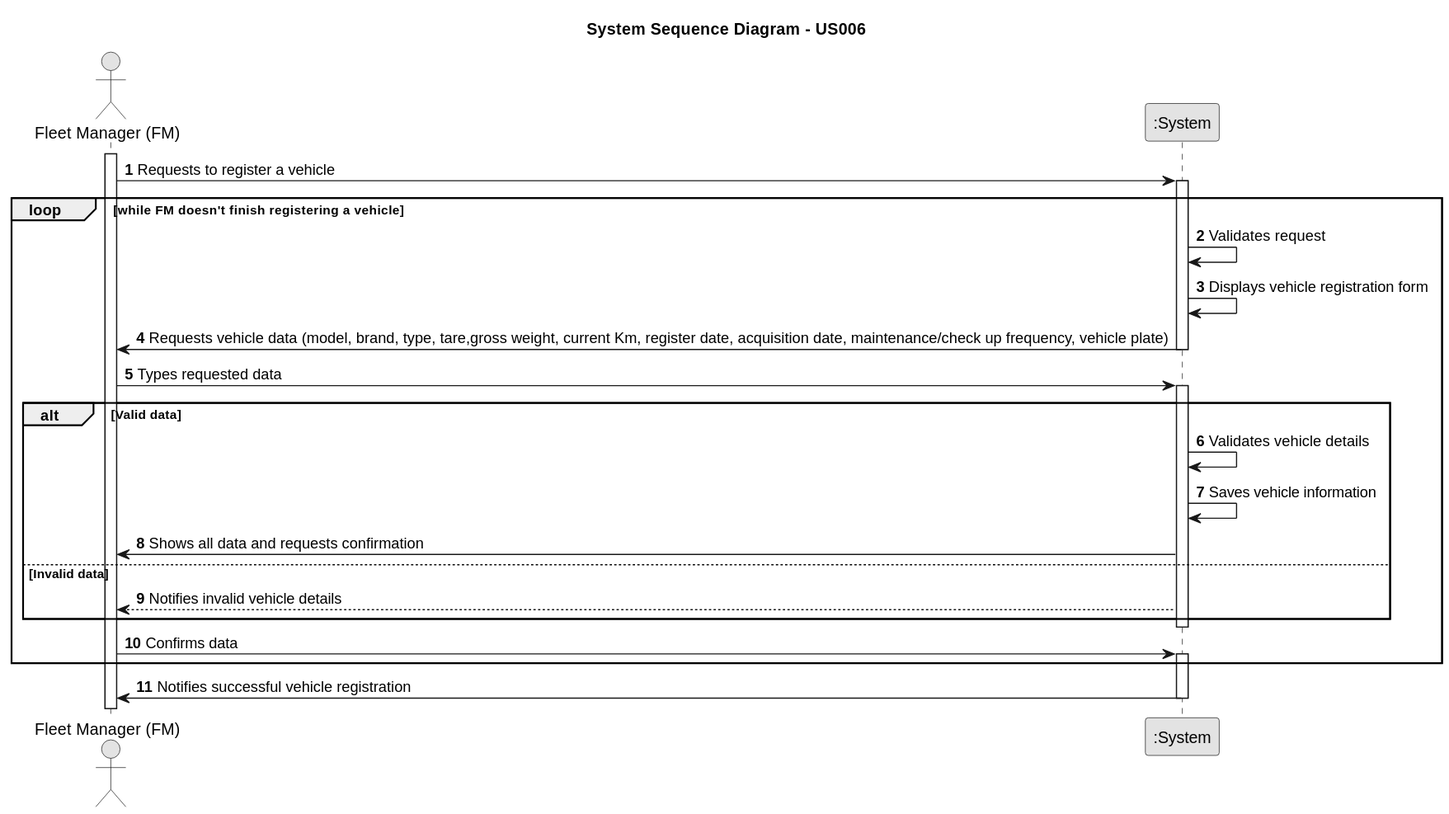
This is docs/sprintB/us006/01.requirements-engineering/svg/us006-system-sequence-diagram-alternative-one-System_Sequence_Diagram___US006.svg from RicardoMorim/lapr2-ISEP-Project, a PlantUML export, as it was before one commit. Its diagram source:
```plantuml
@startuml
skinparam monochrome true
skinparam packageStyle rectangle
skinparam shadowing false

actor "Fleet Manager (FM)" as FM
participant ":System" as System
autonumber

title System Sequence Diagram - US006
activate FM

FM -> System : Requests to register a vehicle
loop while FM doesn't finish registering a vehicle
activate System

System -> System: Validates request
    System -> System: Displays vehicle registration form
    System -> FM : Requests vehicle data (model, brand, type, tare,gross weight, current Km, register date, acquisition date, maintenance/check up frequency, vehicle plate)

deactivate System
    FM -> System : Types requested data
    activate System
alt Valid data
System -> System: Validates vehicle details
    System -> System: Saves vehicle information
    System -> FM : Shows all data and requests confirmation
else Invalid data
System --> FM: Notifies invalid vehicle details
end
deactivate System
    FM -> System : Confirms data
    activate System
end
    System -> FM: Notifies successful vehicle registration
deactivate System
@enduml
```
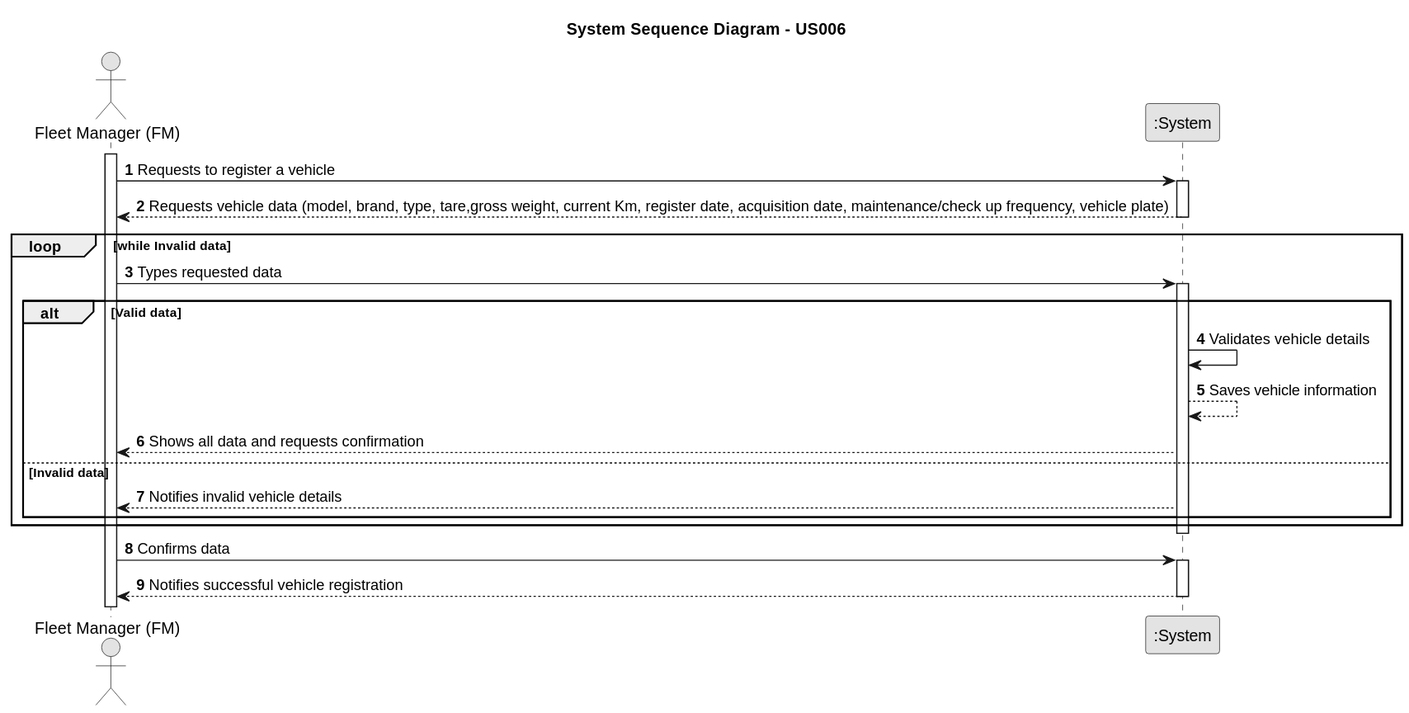
Above is the later version.

Change to the diagram source:
```diff
@@ -11,27 +11,25 @@
 activate FM
 
 FM -> System : Requests to register a vehicle
-loop while FM doesn't finish registering a vehicle
 activate System
 
-System -> System: Validates request
-    System -> System: Displays vehicle registration form
-    System -> FM : Requests vehicle data (model, brand, type, tare,gross weight, current Km, register date, acquisition date, maintenance/check up frequency, vehicle plate)
+    System --> FM : Requests vehicle data (model, brand, type, tare,gross weight, current Km, register date, acquisition date, maintenance/check up frequency, vehicle plate)
 
 deactivate System
+loop while Invalid data
     FM -> System : Types requested data
     activate System
 alt Valid data
 System -> System: Validates vehicle details
-    System -> System: Saves vehicle information
-    System -> FM : Shows all data and requests confirmation
+    System --> System: Saves vehicle information
+    System --> FM : Shows all data and requests confirmation
 else Invalid data
 System --> FM: Notifies invalid vehicle details
+end
 end
 deactivate System
     FM -> System : Confirms data
     activate System
-end
-    System -> FM: Notifies successful vehicle registration
+    System --> FM: Notifies successful vehicle registration
 deactivate System
 @enduml
```
